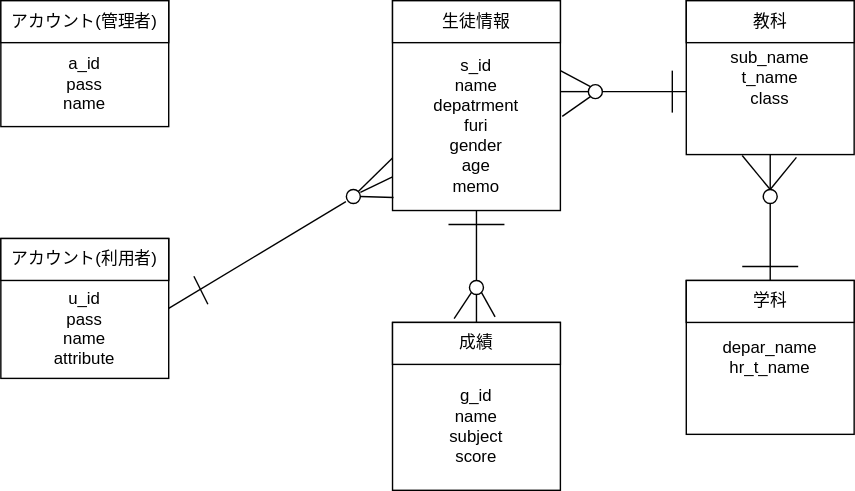
Earlier version of the draw.io export b.drawio.svg (nakamachiJP/uml-introduction). Source tidied: cells renumbered, new cells last; positions are measured from the earlier drawing's top-left corner, leaving out a move shared by most shapes.
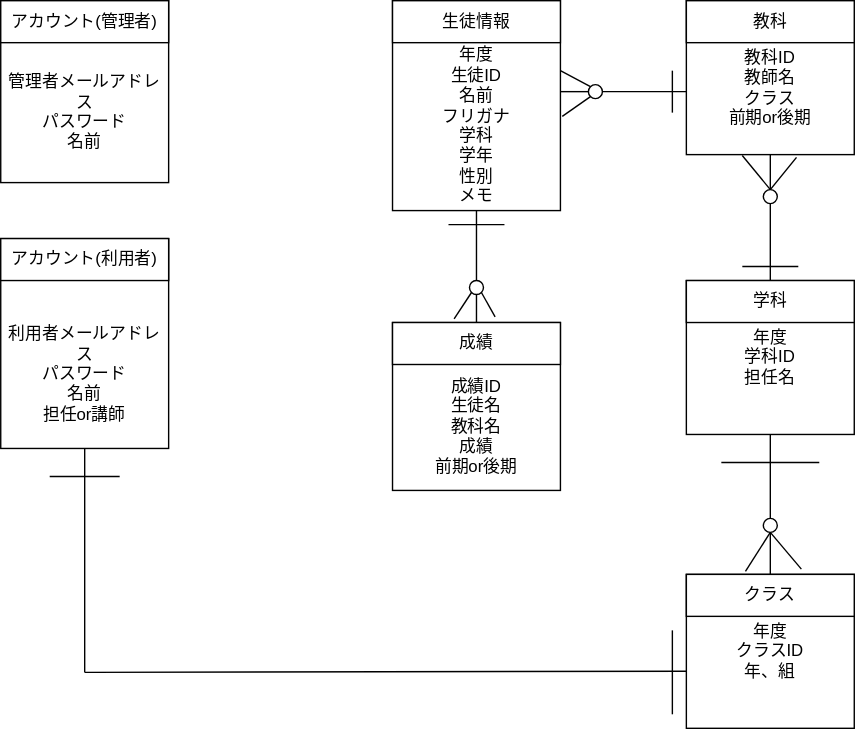
The same file after the commit.

Change to the diagram source:
```diff
@@ -2,66 +2,42 @@
   <root>
     <mxCell id="0" />
     <mxCell id="1" parent="0" />
-    <mxCell id="2" value="&lt;br&gt;&lt;br&gt;a_id&lt;br&gt;pass&lt;br&gt;name" style="rounded=0;whiteSpace=wrap;html=1;" parent="1" vertex="1">
-      <mxGeometry width="120" height="90" as="geometry" />
+    <mxCell id="2" value="&lt;br&gt;&lt;br&gt;管理者メールアドレス&lt;br&gt;パスワード&lt;br&gt;名前" style="rounded=0;whiteSpace=wrap;html=1;" parent="1" vertex="1">
+      <mxGeometry width="120" height="130" as="geometry" />
     </mxCell>
     <mxCell id="3" value="アカウント(管理者)" style="rounded=0;whiteSpace=wrap;html=1;" parent="1" vertex="1">
       <mxGeometry width="120" height="30" as="geometry" />
     </mxCell>
-    <mxCell id="4" value="&lt;br&gt;&lt;br&gt;u_id&lt;br&gt;pass&lt;br&gt;name&lt;br&gt;attribute" style="rounded=0;whiteSpace=wrap;html=1;" parent="1" vertex="1">
-      <mxGeometry y="170" width="120" height="100" as="geometry" />
+    <mxCell id="4" value="&lt;br&gt;&lt;br&gt;&lt;br&gt;利用者メールアドレス&lt;br&gt;パスワード&lt;br&gt;名前&lt;br&gt;担任or講師" style="rounded=0;whiteSpace=wrap;html=1;" parent="1" vertex="1">
+      <mxGeometry y="170" width="120" height="150" as="geometry" />
     </mxCell>
     <mxCell id="5" value="アカウント(利用者)" style="rounded=0;whiteSpace=wrap;html=1;" parent="1" vertex="1">
       <mxGeometry y="170" width="120" height="30" as="geometry" />
     </mxCell>
-    <mxCell id="6" value="&lt;br&gt;&lt;br&gt;s_id&lt;br&gt;name&lt;br&gt;depatrment&lt;br&gt;furi&lt;br&gt;gender&lt;br&gt;age&lt;br&gt;memo" style="rounded=0;whiteSpace=wrap;html=1;" parent="1" vertex="1">
+    <mxCell id="6" value="&lt;br&gt;&lt;br&gt;年度&lt;br&gt;生徒ID&lt;br&gt;名前&lt;br&gt;フリガナ&lt;br&gt;学科&lt;br&gt;学年&lt;br&gt;性別&lt;br&gt;メモ" style="rounded=0;whiteSpace=wrap;html=1;" parent="1" vertex="1">
       <mxGeometry x="280" width="120" height="150" as="geometry" />
     </mxCell>
     <mxCell id="7" value="生徒情報" style="rounded=0;whiteSpace=wrap;html=1;" parent="1" vertex="1">
       <mxGeometry x="280" width="120" height="30" as="geometry" />
     </mxCell>
-    <mxCell id="8" value="&lt;br&gt;&lt;br&gt;g_id&lt;br&gt;name&lt;br&gt;subject&lt;br&gt;score" style="rounded=0;whiteSpace=wrap;html=1;" parent="1" vertex="1">
+    <mxCell id="8" value="&lt;br&gt;&lt;br&gt;成績ID&lt;br&gt;生徒名&lt;br&gt;教科名&lt;br&gt;成績&lt;br&gt;前期or後期" style="rounded=0;whiteSpace=wrap;html=1;" parent="1" vertex="1">
       <mxGeometry x="280" y="230" width="120" height="120" as="geometry" />
     </mxCell>
     <mxCell id="9" value="成績" style="rounded=0;whiteSpace=wrap;html=1;" parent="1" vertex="1">
       <mxGeometry x="280" y="230" width="120" height="30" as="geometry" />
     </mxCell>
-    <mxCell id="10" value="sub_name&lt;br&gt;t_name&lt;br&gt;class" style="rounded=0;whiteSpace=wrap;html=1;" parent="1" vertex="1">
+    <mxCell id="10" value="&lt;br&gt;教科ID&lt;br&gt;教師名&lt;br&gt;クラス&lt;br&gt;前期or後期" style="rounded=0;whiteSpace=wrap;html=1;" parent="1" vertex="1">
       <mxGeometry x="490" width="120" height="110" as="geometry" />
     </mxCell>
     <mxCell id="11" value="教科" style="rounded=0;whiteSpace=wrap;html=1;" parent="1" vertex="1">
       <mxGeometry x="490" width="120" height="30" as="geometry" />
     </mxCell>
-    <mxCell id="12" value="depar_name&lt;br&gt;hr_t_name" style="rounded=0;whiteSpace=wrap;html=1;" parent="1" vertex="1">
+    <mxCell id="12" value="年度&lt;br&gt;学科ID&lt;br&gt;担任名" style="rounded=0;whiteSpace=wrap;html=1;" parent="1" vertex="1">
       <mxGeometry x="490" y="200" width="120" height="110" as="geometry" />
     </mxCell>
     <mxCell id="13" value="学科" style="rounded=0;whiteSpace=wrap;html=1;" parent="1" vertex="1">
       <mxGeometry x="490" y="200" width="120" height="30" as="geometry" />
     </mxCell>
-    <mxCell id="14" style="endArrow=none;html=1;exitX=1;exitY=0.5;exitDx=0;exitDy=0;startArrow=none;" parent="1" edge="1">
-      <mxGeometry relative="1" as="geometry">
-        <mxPoint x="257" y="137" as="sourcePoint" />
-        <mxPoint x="280" y="126" as="targetPoint" />
-      </mxGeometry>
-    </mxCell>
-    <mxCell id="15" style="endArrow=none;html=1;" parent="1" edge="1">
-      <mxGeometry relative="1" as="geometry">
-        <mxPoint x="138" y="197" as="sourcePoint" />
-        <mxPoint x="148" y="217" as="targetPoint" />
-      </mxGeometry>
-    </mxCell>
-    <mxCell id="16" style="endArrow=none;html=1;exitX=1;exitY=0.5;exitDx=0;exitDy=0;entryX=-0.033;entryY=0.858;entryDx=0;entryDy=0;entryPerimeter=0;" parent="1" edge="1" source="4" target="17">
-      <mxGeometry relative="1" as="geometry" />
-    </mxCell>
-    <mxCell id="17" style="ellipse;whiteSpace=wrap;html=1;" parent="1" vertex="1">
-      <mxGeometry x="247" y="135" width="10" height="10" as="geometry" />
-    </mxCell>
-    <mxCell id="18" style="endArrow=none;html=1;exitX=1;exitY=0;exitDx=0;exitDy=0;entryX=0;entryY=0.75;entryDx=0;entryDy=0;" parent="1" edge="1" source="17" target="6">
-      <mxGeometry relative="1" as="geometry" />
-    </mxCell>
-    <mxCell id="19" style="endArrow=none;html=1;entryX=0.006;entryY=0.938;entryDx=0;entryDy=0;entryPerimeter=0;exitX=1;exitY=0.5;exitDx=0;exitDy=0;" parent="1" edge="1" source="17" target="6">
-      <mxGeometry relative="1" as="geometry" />
-    </mxCell>
     <mxCell id="20" style="endArrow=none;html=1;exitX=0.5;exitY=0;exitDx=0;exitDy=0;entryX=0.5;entryY=1;entryDx=0;entryDy=0;startArrow=none;" parent="1" edge="1" source="23" target="6">
       <mxGeometry relative="1" as="geometry" />
     </mxCell>
@@ -129,5 +105,65 @@
     <mxCell id="37" style="endArrow=none;html=1;entryX=0.5;entryY=0;entryDx=0;entryDy=0;exitX=0.656;exitY=1.018;exitDx=0;exitDy=0;exitPerimeter=0;" parent="1" edge="1" source="10" target="34">
       <mxGeometry relative="1" as="geometry" />
     </mxCell>
+    <mxCell id="38" value="年度&lt;br&gt;クラスID&lt;br&gt;年、組" style="rounded=0;whiteSpace=wrap;html=1;" parent="1" vertex="1">
+      <mxGeometry x="490" y="410" width="120" height="110" as="geometry" />
+    </mxCell>
+    <mxCell id="39" value="クラス" style="rounded=0;whiteSpace=wrap;html=1;" parent="1" vertex="1">
+      <mxGeometry x="490" y="410" width="120" height="30" as="geometry" />
+    </mxCell>
+    <mxCell id="40" style="endArrow=none;html=1;entryX=0.5;entryY=1;entryDx=0;entryDy=0;startArrow=none;" parent="1" edge="1" source="50" target="12">
+      <mxGeometry relative="1" as="geometry" />
+    </mxCell>
+    <mxCell id="41" style="endArrow=none;html=1;" parent="1" edge="1">
+      <mxGeometry relative="1" as="geometry">
+        <mxPoint x="515" y="330" as="sourcePoint" />
+        <mxPoint x="585" y="330" as="targetPoint" />
+      </mxGeometry>
+    </mxCell>
+    <mxCell id="42" style="endArrow=none;html=1;entryX=0.5;entryY=1;entryDx=0;entryDy=0;exitX=0.5;exitY=0;exitDx=0;exitDy=0;" parent="1" edge="1" source="39">
+      <mxGeometry relative="1" as="geometry">
+        <mxPoint x="550" y="380" as="targetPoint" />
+      </mxGeometry>
+    </mxCell>
+    <mxCell id="43" style="endArrow=none;html=1;entryX=0.5;entryY=1;entryDx=0;entryDy=0;exitX=0.352;exitY=-0.074;exitDx=0;exitDy=0;exitPerimeter=0;" parent="1" edge="1" source="39">
+      <mxGeometry relative="1" as="geometry">
+        <mxPoint x="550" y="380" as="targetPoint" />
+      </mxGeometry>
+    </mxCell>
+    <mxCell id="44" style="endArrow=none;html=1;entryX=0.5;entryY=1;entryDx=0;entryDy=0;exitX=0.685;exitY=-0.126;exitDx=0;exitDy=0;exitPerimeter=0;" parent="1" edge="1" source="39">
+      <mxGeometry relative="1" as="geometry">
+        <mxPoint x="550" y="380" as="targetPoint" />
+      </mxGeometry>
+    </mxCell>
+    <mxCell id="45" style="endArrow=none;html=1;entryX=0.5;entryY=1;entryDx=0;entryDy=0;" parent="1" edge="1" target="4">
+      <mxGeometry relative="1" as="geometry">
+        <mxPoint x="60" y="480" as="sourcePoint" />
+      </mxGeometry>
+    </mxCell>
+    <mxCell id="46" style="endArrow=none;html=1;entryX=-0.001;entryY=0.629;entryDx=0;entryDy=0;entryPerimeter=0;" parent="1" edge="1" target="38">
+      <mxGeometry relative="1" as="geometry">
+        <mxPoint x="60" y="480" as="sourcePoint" />
+      </mxGeometry>
+    </mxCell>
+    <mxCell id="47" style="endArrow=none;html=1;" parent="1" edge="1">
+      <mxGeometry relative="1" as="geometry">
+        <mxPoint x="35" y="340" as="sourcePoint" />
+        <mxPoint x="85" y="340" as="targetPoint" />
+      </mxGeometry>
+    </mxCell>
+    <mxCell id="48" style="endArrow=none;html=1;" parent="1" edge="1">
+      <mxGeometry relative="1" as="geometry">
+        <mxPoint x="480" y="510" as="sourcePoint" />
+        <mxPoint x="480" y="450" as="targetPoint" />
+      </mxGeometry>
+    </mxCell>
+    <mxCell id="49" style="endArrow=none;html=1;entryX=0.5;entryY=1;entryDx=0;entryDy=0;startArrow=none;" parent="1" edge="1" target="50">
+      <mxGeometry relative="1" as="geometry">
+        <mxPoint x="550" y="380" as="sourcePoint" />
+      </mxGeometry>
+    </mxCell>
+    <mxCell id="50" style="ellipse;whiteSpace=wrap;html=1;" parent="1" vertex="1">
+      <mxGeometry x="545" y="370" width="10" height="10" as="geometry" />
+    </mxCell>
   </root>
 </mxGraphModel>
```
